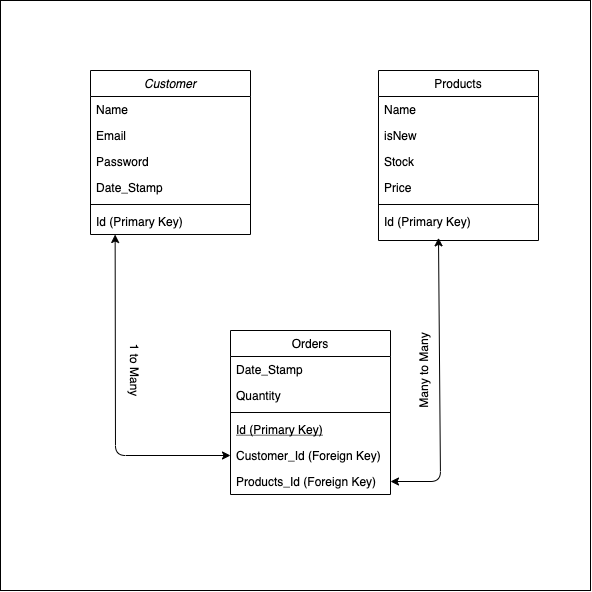
Above: GameStore Diagram.png in Speegy/SQL (draw.io), before the change. Source tidied: cells renumbered, new cells last; positions are measured from the earlier drawing's top-left corner, leaving out a move shared by most shapes.
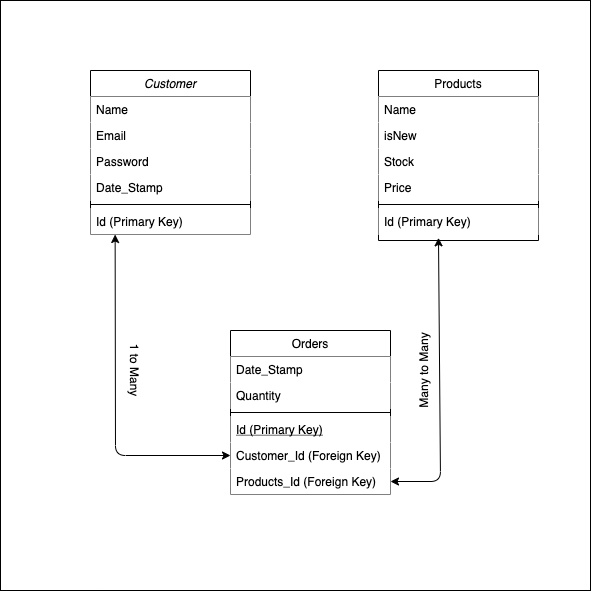
Later version of the same file.

The edit, as a diff of the source:
```diff
@@ -5,67 +5,67 @@
     <mxCell id="2" style="whiteSpace=wrap;html=1;fillColor=#FFFFFF;" parent="1" vertex="1">
       <mxGeometry width="590" height="590" as="geometry" />
     </mxCell>
-    <mxCell id="3" value="Customer" style="swimlane;fontStyle=2;align=center;verticalAlign=top;horizontal=1;startSize=26;rounded=0;shadow=0;strokeWidth=1;" parent="1" vertex="1">
+    <mxCell id="3" value="Customer" style="swimlane;fontStyle=2;align=center;verticalAlign=top;horizontal=1;startSize=26;rounded=0;shadow=0;strokeWidth=1;fillColor=#FFFFFF;" parent="1" vertex="1">
       <mxGeometry x="90" y="70" width="160" height="164" as="geometry" />
     </mxCell>
-    <mxCell id="4" value="Name" style="text;align=left;verticalAlign=top;spacingLeft=4;spacingRight=4;overflow=hidden;" parent="3" vertex="1">
+    <mxCell id="4" value="Name" style="text;align=left;verticalAlign=top;spacingLeft=4;spacingRight=4;overflow=hidden;fillColor=#ffffff;" parent="3" vertex="1">
       <mxGeometry y="26" width="160" height="26" as="geometry" />
     </mxCell>
-    <mxCell id="5" value="Email" style="text;align=left;verticalAlign=top;spacingLeft=4;spacingRight=4;overflow=hidden;rounded=0;shadow=0;html=0;" parent="3" vertex="1">
+    <mxCell id="5" value="Email" style="text;align=left;verticalAlign=top;spacingLeft=4;spacingRight=4;overflow=hidden;rounded=0;shadow=0;html=0;fillColor=#ffffff;" parent="3" vertex="1">
       <mxGeometry y="52" width="160" height="26" as="geometry" />
     </mxCell>
-    <mxCell id="6" value="Password" style="text;align=left;verticalAlign=top;spacingLeft=4;spacingRight=4;overflow=hidden;rounded=0;shadow=0;html=0;" parent="3" vertex="1">
+    <mxCell id="6" value="Password" style="text;align=left;verticalAlign=top;spacingLeft=4;spacingRight=4;overflow=hidden;rounded=0;shadow=0;html=0;fillColor=#ffffff;" parent="3" vertex="1">
       <mxGeometry y="78" width="160" height="26" as="geometry" />
     </mxCell>
-    <mxCell id="7" value="Date_Stamp" style="text;align=left;verticalAlign=top;spacingLeft=4;spacingRight=4;overflow=hidden;rounded=0;shadow=0;html=0;" parent="3" vertex="1">
+    <mxCell id="7" value="Date_Stamp" style="text;align=left;verticalAlign=top;spacingLeft=4;spacingRight=4;overflow=hidden;rounded=0;shadow=0;html=0;fillColor=#ffffff;" parent="3" vertex="1">
       <mxGeometry y="104" width="160" height="26" as="geometry" />
     </mxCell>
     <mxCell id="8" style="line;html=1;strokeWidth=1;align=left;verticalAlign=middle;spacingTop=-1;spacingLeft=3;spacingRight=3;labelPosition=right;" parent="3" vertex="1">
       <mxGeometry y="130" width="160" height="8" as="geometry" />
     </mxCell>
-    <mxCell id="9" value="Id (Primary Key)" style="text;align=left;verticalAlign=top;spacingLeft=4;spacingRight=4;overflow=hidden;points=[[0,0.5],[1,0.5]];portConstraint=eastwest;" parent="3" vertex="1">
+    <mxCell id="9" value="Id (Primary Key)" style="text;align=left;verticalAlign=top;spacingLeft=4;spacingRight=4;overflow=hidden;points=[[0,0.5],[1,0.5]];portConstraint=eastwest;fillColor=#ffffff;" parent="3" vertex="1">
       <mxGeometry y="138" width="160" height="26" as="geometry" />
     </mxCell>
     <mxCell id="10" value="Orders" style="swimlane;fontStyle=0;align=center;verticalAlign=top;horizontal=1;startSize=26;rounded=0;shadow=0;strokeWidth=1;" parent="1" vertex="1">
       <mxGeometry x="230" y="330" width="160" height="164" as="geometry" />
     </mxCell>
-    <mxCell id="11" value="Date_Stamp" style="text;align=left;verticalAlign=top;spacingLeft=4;spacingRight=4;overflow=hidden;" parent="10" vertex="1">
+    <mxCell id="11" value="Date_Stamp" style="text;align=left;verticalAlign=top;spacingLeft=4;spacingRight=4;overflow=hidden;fillColor=#ffffff;" parent="10" vertex="1">
       <mxGeometry y="26" width="160" height="26" as="geometry" />
     </mxCell>
-    <mxCell id="12" value="Quantity" style="text;align=left;verticalAlign=top;spacingLeft=4;spacingRight=4;overflow=hidden;rounded=0;shadow=0;html=0;" parent="10" vertex="1">
+    <mxCell id="12" value="Quantity" style="text;align=left;verticalAlign=top;spacingLeft=4;spacingRight=4;overflow=hidden;rounded=0;shadow=0;html=0;fillColor=#ffffff;" parent="10" vertex="1">
       <mxGeometry y="52" width="160" height="26" as="geometry" />
     </mxCell>
     <mxCell id="13" style="line;html=1;strokeWidth=1;align=left;verticalAlign=middle;spacingTop=-1;spacingLeft=3;spacingRight=3;labelPosition=right;" parent="10" vertex="1">
       <mxGeometry y="78" width="160" height="8" as="geometry" />
     </mxCell>
-    <mxCell id="14" value="Id (Primary Key)" style="text;align=left;verticalAlign=top;spacingLeft=4;spacingRight=4;overflow=hidden;fontStyle=4;" parent="10" vertex="1">
+    <mxCell id="14" value="Id (Primary Key)" style="text;align=left;verticalAlign=top;spacingLeft=4;spacingRight=4;overflow=hidden;fontStyle=4;fillColor=#ffffff;" parent="10" vertex="1">
       <mxGeometry y="86" width="160" height="26" as="geometry" />
     </mxCell>
-    <mxCell id="15" value="Customer_Id (Foreign Key)" style="text;align=left;verticalAlign=top;spacingLeft=4;spacingRight=4;overflow=hidden;points=[[0,0.5],[1,0.5]];portConstraint=eastwest;" parent="10" vertex="1">
+    <mxCell id="15" value="Customer_Id (Foreign Key)" style="text;align=left;verticalAlign=top;spacingLeft=4;spacingRight=4;overflow=hidden;points=[[0,0.5],[1,0.5]];portConstraint=eastwest;fillColor=#ffffff;" parent="10" vertex="1">
       <mxGeometry y="112" width="160" height="26" as="geometry" />
     </mxCell>
-    <mxCell id="16" value="Products_Id (Foreign Key)" style="text;align=left;verticalAlign=top;spacingLeft=4;spacingRight=4;overflow=hidden;points=[[0,0.5],[1,0.5]];portConstraint=eastwest;" parent="10" vertex="1">
+    <mxCell id="16" value="Products_Id (Foreign Key)" style="text;align=left;verticalAlign=top;spacingLeft=4;spacingRight=4;overflow=hidden;points=[[0,0.5],[1,0.5]];portConstraint=eastwest;fillColor=#ffffff;" parent="10" vertex="1">
       <mxGeometry y="138" width="160" height="26" as="geometry" />
     </mxCell>
     <mxCell id="17" value="Products" style="swimlane;fontStyle=0;align=center;verticalAlign=top;horizontal=1;startSize=26;rounded=0;shadow=0;strokeWidth=1;" parent="1" vertex="1">
       <mxGeometry x="378" y="70" width="160" height="170" as="geometry" />
     </mxCell>
-    <mxCell id="18" value="Name" style="text;align=left;verticalAlign=top;spacingLeft=4;spacingRight=4;overflow=hidden;" parent="17" vertex="1">
+    <mxCell id="18" value="Name" style="text;align=left;verticalAlign=top;spacingLeft=4;spacingRight=4;overflow=hidden;fillColor=#ffffff;" parent="17" vertex="1">
       <mxGeometry y="26" width="160" height="26" as="geometry" />
     </mxCell>
-    <mxCell id="19" value="isNew" style="text;align=left;verticalAlign=top;spacingLeft=4;spacingRight=4;overflow=hidden;rounded=0;shadow=0;html=0;" parent="17" vertex="1">
+    <mxCell id="19" value="isNew" style="text;align=left;verticalAlign=top;spacingLeft=4;spacingRight=4;overflow=hidden;rounded=0;shadow=0;html=0;fillColor=#ffffff;" parent="17" vertex="1">
       <mxGeometry y="52" width="160" height="26" as="geometry" />
     </mxCell>
-    <mxCell id="20" value="Stock" style="text;align=left;verticalAlign=top;spacingLeft=4;spacingRight=4;overflow=hidden;rounded=0;shadow=0;html=0;" parent="17" vertex="1">
+    <mxCell id="20" value="Stock" style="text;align=left;verticalAlign=top;spacingLeft=4;spacingRight=4;overflow=hidden;rounded=0;shadow=0;html=0;fillColor=#ffffff;" parent="17" vertex="1">
       <mxGeometry y="78" width="160" height="26" as="geometry" />
     </mxCell>
-    <mxCell id="21" value="Price" style="text;align=left;verticalAlign=top;spacingLeft=4;spacingRight=4;overflow=hidden;rounded=0;shadow=0;html=0;" parent="17" vertex="1">
+    <mxCell id="21" value="Price" style="text;align=left;verticalAlign=top;spacingLeft=4;spacingRight=4;overflow=hidden;rounded=0;shadow=0;html=0;fillColor=#ffffff;" parent="17" vertex="1">
       <mxGeometry y="104" width="160" height="26" as="geometry" />
     </mxCell>
     <mxCell id="22" style="line;html=1;strokeWidth=1;align=left;verticalAlign=middle;spacingTop=-1;spacingLeft=3;spacingRight=3;labelPosition=right;" parent="17" vertex="1">
       <mxGeometry y="130" width="160" height="8" as="geometry" />
     </mxCell>
-    <mxCell id="23" value="Id (Primary Key)" style="text;align=left;verticalAlign=top;spacingLeft=4;spacingRight=4;overflow=hidden;points=[[0,0.5],[1,0.5]];portConstraint=eastwest;" parent="17" vertex="1">
+    <mxCell id="23" value="Id (Primary Key)" style="text;align=left;verticalAlign=top;spacingLeft=4;spacingRight=4;overflow=hidden;points=[[0,0.5],[1,0.5]];portConstraint=eastwest;fillColor=#ffffff;" parent="17" vertex="1">
       <mxGeometry y="138" width="160" height="26" as="geometry" />
     </mxCell>
     <mxCell id="24" style="endArrow=classic;startArrow=classic;html=1;exitX=1;exitY=0.5;exitDx=0;exitDy=0;entryX=0.375;entryY=1.128;entryDx=0;entryDy=0;entryPerimeter=0;" parent="1" edge="1" source="16" target="23">
@@ -82,10 +82,10 @@
         </Array>
       </mxGeometry>
     </mxCell>
-    <mxCell id="26" value="Many to Many" style="text;html=1;strokeColor=none;fillColor=none;align=center;verticalAlign=middle;whiteSpace=wrap;rounded=0;rotation=-90;" parent="1" vertex="1">
+    <mxCell id="26" value="Many to Many" style="text;html=1;strokeColor=none;align=center;verticalAlign=middle;whiteSpace=wrap;rounded=0;rotation=-90;fillColor=#ffffff;" parent="1" vertex="1">
       <mxGeometry x="378" y="360" width="90" height="20" as="geometry" />
     </mxCell>
-    <mxCell id="27" value="1 to Many" style="text;html=1;strokeColor=none;fillColor=none;align=center;verticalAlign=middle;whiteSpace=wrap;rounded=0;rotation=90;" parent="1" vertex="1">
+    <mxCell id="27" value="1 to Many" style="text;html=1;strokeColor=none;align=center;verticalAlign=middle;whiteSpace=wrap;rounded=0;rotation=90;fillColor=#ffffff;" parent="1" vertex="1">
       <mxGeometry x="100" y="360" width="70" height="20" as="geometry" />
     </mxCell>
   </root>
```
